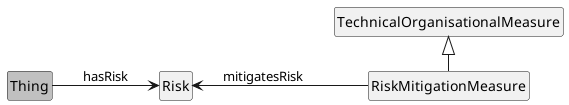
jeswr/dpv keeps this PlantUML diagram as media/overview_Risk.png. Above is the earlier version.
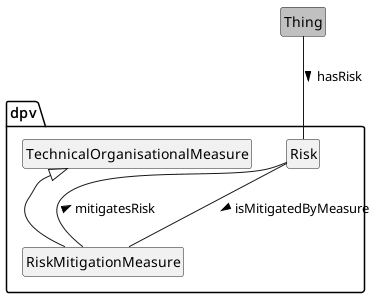
Later version of the same file.

Change to the diagram source:
```diff
@@ -1,14 +1,16 @@
 @startuml
 !include style.plantuml
-left to right direction
+top to bottom direction
 
 class Thing #silver
-class Risk
-class RiskMitigationMeasure
-class TechnicalOrganisationalMeasure
-
-TechnicalOrganisationalMeasure <|- RiskMitigationMeasure
-Risk <-- RiskMitigationMeasure : mitigatesRisk
-Thing --> Risk : hasRisk
+package dpv {
+	class Risk
+	class RiskMitigationMeasure
+	class TechnicalOrganisationalMeasure
+}
+Thing -- Risk : hasRisk >
+TechnicalOrganisationalMeasure <|-- RiskMitigationMeasure
+Risk -- RiskMitigationMeasure : mitigatesRisk <
+RiskMitigationMeasure -- Risk : isMitigatedByMeasure <
 
 @enduml
```
